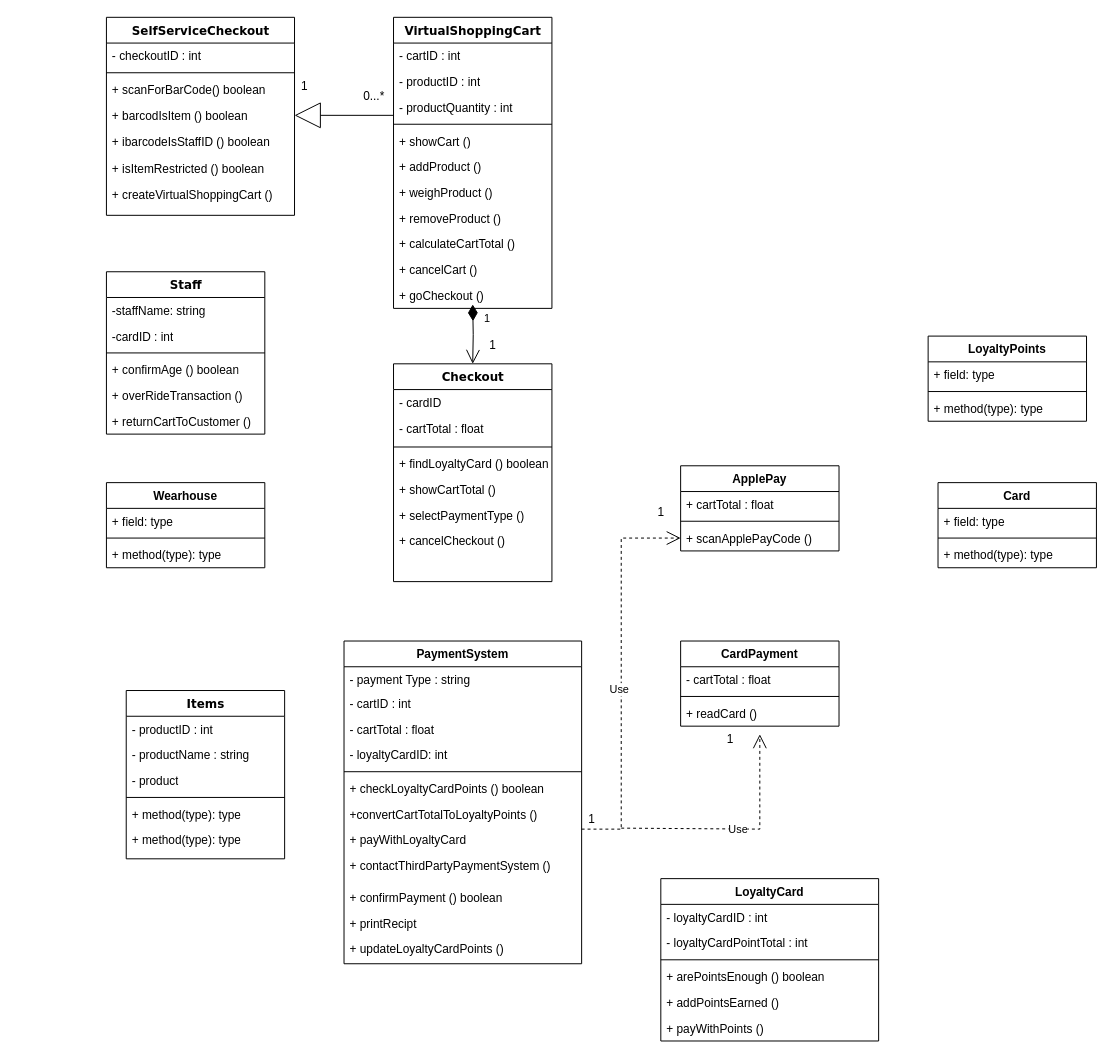
This is SystemDiagram.drawio from Richard-A-llen/Python, a draw.io file, before an edit. Source tidied: cells renumbered, new cells numbered last; positions are measured from the earlier drawing's top-left corner, leaving out a move shared by most shapes. Both pictures are drawn from the tidied source at 99%, with x=0, y=0 at pixel (106, 17).
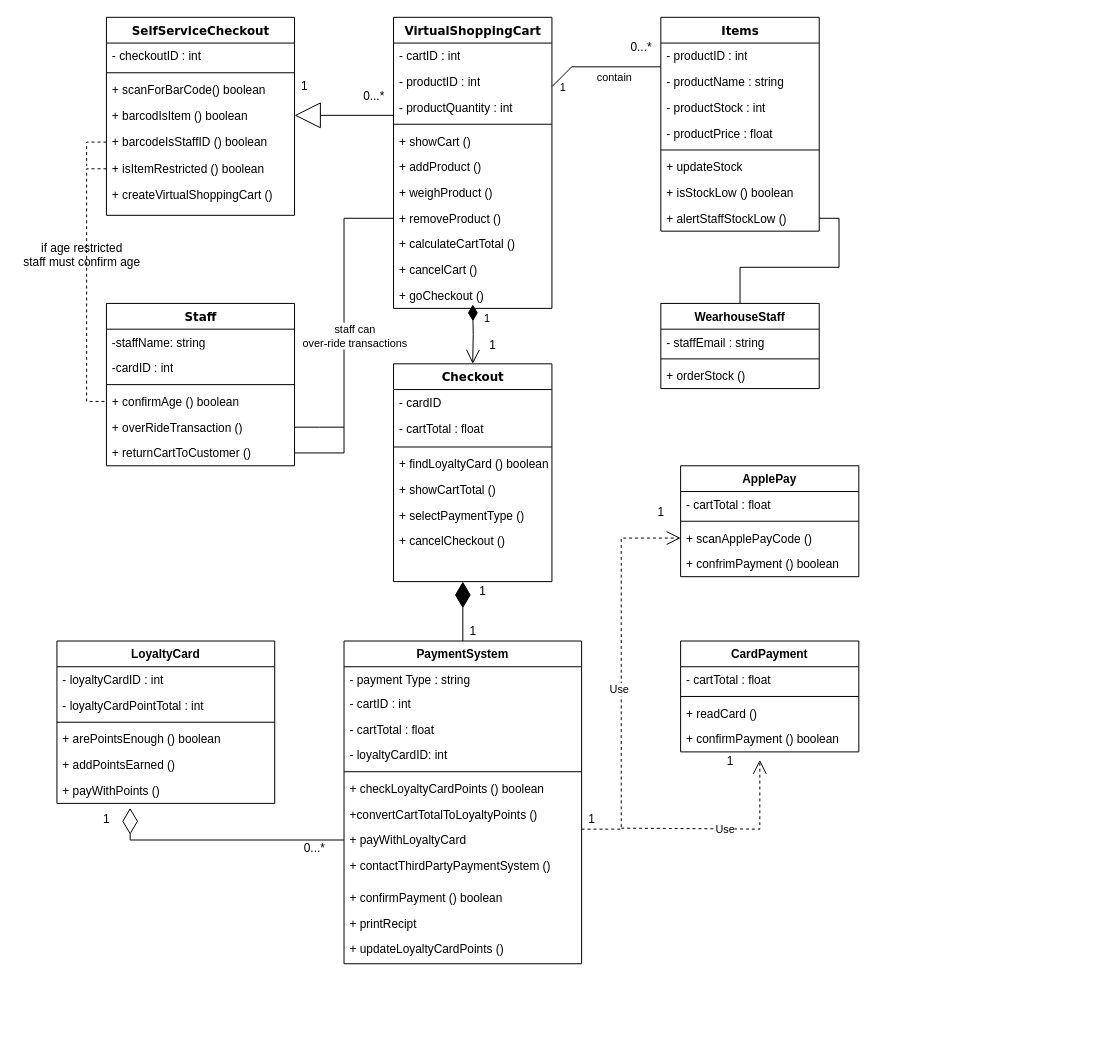
After the change.

The change refers to these unchanged cells:
```xml
<mxCell id="2" value="SelfServiceCheckout" style="swimlane;html=1;fontStyle=1;align=center;verticalAlign=top;horizontal=1;startSize=26;swimlaneFillColor=#ffffff;rounded=0;shadow=0;comic=0;labelBackgroundColor=none;strokeWidth=1;fillColor=none;fontFamily=Verdana;fontSize=12;" parent="1" vertex="1">
  <mxGeometry width="190" height="200" as="geometry" />
</mxCell>
<mxCell id="8" value="+ isItemRestricted () boolean " style="text;strokeColor=none;fillColor=none;align=left;verticalAlign=top;spacingLeft=4;spacingRight=4;overflow=hidden;points=[[0,0.5],[1,0.5]];portConstraint=eastwest;" parent="2" vertex="1">
  <mxGeometry y="140" width="190" height="26" as="geometry" />
</mxCell>
<mxCell id="18" value="+ removeProduct ()&lt;br&gt;" style="text;html=1;strokeColor=none;fillColor=none;align=left;verticalAlign=top;spacingLeft=4;spacingRight=4;whiteSpace=wrap;overflow=hidden;points=[[0,0.5],[1,0.5]];portConstraint=eastwest;" parent="10" vertex="1">
  <mxGeometry y="190" width="160" height="26" as="geometry" />
</mxCell>
<mxCell id="71" value="+ payWithPoints ()" style="text;strokeColor=none;fillColor=none;align=left;verticalAlign=top;spacingLeft=4;spacingRight=4;overflow=hidden;points=[[0,0.5],[1,0.5]];portConstraint=eastwest;" parent="65" vertex="1">
  <mxGeometry y="138" width="220" height="26" as="geometry" />
</mxCell>
<mxCell id="76" value="PaymentSystem" style="swimlane;fontStyle=1;align=center;verticalAlign=top;horizontal=1;startSize=26;" parent="1" vertex="1">
  <mxGeometry x="240" y="630" width="240" height="326" as="geometry" />
</mxCell>
<mxCell id="84" value="+ payWithLoyaltyCard" style="text;strokeColor=none;fillColor=none;align=left;verticalAlign=top;spacingLeft=4;spacingRight=4;overflow=hidden;points=[[0,0.5],[1,0.5]];portConstraint=eastwest;" parent="76" vertex="1">
  <mxGeometry y="188" width="240" height="26" as="geometry" />
</mxCell>
```

The edit, as a diff of the source:
```diff
@@
-    <mxCell id="7" value="+ ibarcodeIsStaffID () boolean" style="text;strokeColor=none;fillColor=none;align=left;verticalAlign=top;spacingLeft=4;spacingRight=4;overflow=hidden;points=[[0,0.5],[1,0.5]];portConstraint=eastwest;" parent="2" vertex="1">
+    <mxCell id="7" value="+ barcodeIsStaffID () boolean" style="text;strokeColor=none;fillColor=none;align=left;verticalAlign=top;spacingLeft=4;spacingRight=4;overflow=hidden;points=[[0,0.5],[1,0.5]];portConstraint=eastwest;" parent="2" vertex="1">
       <mxGeometry y="112" width="190" height="28" as="geometry" />
     </mxCell>
@@
     <mxCell id="22" value="Staff" style="swimlane;html=1;fontStyle=1;align=center;verticalAlign=top;horizontal=1;startSize=26;swimlaneFillColor=#ffffff;rounded=0;shadow=0;comic=0;labelBackgroundColor=none;strokeWidth=1;fillColor=none;fontFamily=Verdana;fontSize=12;" parent="1" vertex="1">
-      <mxGeometry y="257" width="160" height="164" as="geometry" />
+      <mxGeometry y="289" width="190" height="164" as="geometry" />
     </mxCell>
     <mxCell id="23" value="-staffName: string" style="text;html=1;strokeColor=none;fillColor=none;align=left;verticalAlign=top;spacingLeft=4;spacingRight=4;whiteSpace=wrap;overflow=hidden;" parent="22" vertex="1">
-      <mxGeometry y="26" width="160" height="26" as="geometry" />
+      <mxGeometry y="26" width="190" height="26" as="geometry" />
     </mxCell>
     <mxCell id="24" value="-cardID : int" style="text;html=1;strokeColor=none;fillColor=none;align=left;verticalAlign=top;spacingLeft=4;spacingRight=4;whiteSpace=wrap;overflow=hidden;" parent="22" vertex="1">
-      <mxGeometry y="52" width="160" height="26" as="geometry" />
+      <mxGeometry y="52" width="190" height="26" as="geometry" />
     </mxCell>
     <mxCell id="25" style="line;html=1;strokeWidth=1;fillColor=none;align=left;verticalAlign=middle;spacingTop=-1;spacingLeft=3;spacingRight=3;labelPosition=right;" parent="22" vertex="1">
-      <mxGeometry y="78" width="160" height="8" as="geometry" />
+      <mxGeometry y="78" width="190" height="8" as="geometry" />
     </mxCell>
     <mxCell id="26" value="+ confirmAge () boolean" style="text;html=1;strokeColor=none;fillColor=none;align=left;verticalAlign=top;spacingLeft=4;spacingRight=4;whiteSpace=wrap;overflow=hidden;points=[[0,0.5],[1,0.5]];portConstraint=eastwest;" parent="22" vertex="1">
-      <mxGeometry y="86" width="160" height="26" as="geometry" />
+      <mxGeometry y="86" width="190" height="26" as="geometry" />
     </mxCell>
     <mxCell id="27" value="+ overRideTransaction ()" style="text;html=1;strokeColor=none;fillColor=none;align=left;verticalAlign=top;spacingLeft=4;spacingRight=4;whiteSpace=wrap;overflow=hidden;points=[[0,0.5],[1,0.5]];portConstraint=eastwest;" parent="22" vertex="1">
-      <mxGeometry y="112" width="160" height="26" as="geometry" />
+      <mxGeometry y="112" width="190" height="26" as="geometry" />
     </mxCell>
     <mxCell id="28" value="+ returnCartToCustomer ()" style="text;strokeColor=none;fillColor=none;align=left;verticalAlign=top;spacingLeft=4;spacingRight=4;overflow=hidden;points=[[0,0.5],[1,0.5]];portConstraint=eastwest;" parent="22" vertex="1">
-      <mxGeometry y="138" width="160" height="26" as="geometry" />
+      <mxGeometry y="138" width="190" height="26" as="geometry" />
     </mxCell>
     <mxCell id="29" value="Items" style="swimlane;html=1;fontStyle=1;align=center;verticalAlign=top;horizontal=1;startSize=26;swimlaneFillColor=#ffffff;rounded=0;shadow=0;comic=0;labelBackgroundColor=none;strokeWidth=1;fillColor=none;fontFamily=Verdana;fontSize=12;" parent="1" vertex="1">
-      <mxGeometry x="20" y="680" width="160" height="170" as="geometry" />
+      <mxGeometry x="560" width="160" height="216" as="geometry" />
     </mxCell>
@@
-    <mxCell id="32" value="- product" style="text;html=1;strokeColor=none;fillColor=none;align=left;verticalAlign=top;spacingLeft=4;spacingRight=4;whiteSpace=wrap;overflow=hidden;" parent="29" vertex="1">
+    <mxCell id="32" value="- productStock : int" style="text;html=1;strokeColor=none;fillColor=none;align=left;verticalAlign=top;spacingLeft=4;spacingRight=4;whiteSpace=wrap;overflow=hidden;" parent="29" vertex="1">
       <mxGeometry y="78" width="160" height="26" as="geometry" />
     </mxCell>
+    <mxCell id="94" value="- productPrice : float" style="text;strokeColor=none;fillColor=none;align=left;verticalAlign=top;spacingLeft=4;spacingRight=4;overflow=hidden;" parent="29" vertex="1">
+      <mxGeometry y="104" width="160" height="26" as="geometry" />
+    </mxCell>
     <mxCell id="33" style="line;html=1;strokeWidth=1;fillColor=none;align=left;verticalAlign=middle;spacingTop=-1;spacingLeft=3;spacingRight=3;labelPosition=right;" parent="29" vertex="1">
-      <mxGeometry y="104" width="160" height="8" as="geometry" />
+      <mxGeometry y="130" width="160" height="8" as="geometry" />
     </mxCell>
-    <mxCell id="34" value="+ method(type): type" style="text;html=1;strokeColor=none;fillColor=none;align=left;verticalAlign=top;spacingLeft=4;spacingRight=4;whiteSpace=wrap;overflow=hidden;" parent="29" vertex="1">
-      <mxGeometry y="112" width="160" height="26" as="geometry" />
+    <mxCell id="34" value="+ updateStock" style="text;html=1;strokeColor=none;fillColor=none;align=left;verticalAlign=top;spacingLeft=4;spacingRight=4;whiteSpace=wrap;overflow=hidden;" parent="29" vertex="1">
+      <mxGeometry y="138" width="160" height="26" as="geometry" />
     </mxCell>
-    <mxCell id="35" value="+ method(type): type" style="text;html=1;strokeColor=none;fillColor=none;align=left;verticalAlign=top;spacingLeft=4;spacingRight=4;whiteSpace=wrap;overflow=hidden;" parent="29" vertex="1">
-      <mxGeometry y="138" width="160" height="26" as="geometry" />
+    <mxCell id="35" value="+ isStockLow () boolean" style="text;html=1;strokeColor=none;fillColor=none;align=left;verticalAlign=top;spacingLeft=4;spacingRight=4;whiteSpace=wrap;overflow=hidden;" parent="29" vertex="1">
+      <mxGeometry y="164" width="160" height="26" as="geometry" />
     </mxCell>
-    <mxCell id="36" value="Card" style="swimlane;fontStyle=1;align=center;verticalAlign=top;horizontal=1;startSize=26;" parent="1" vertex="1">
-      <mxGeometry x="840" y="470" width="160" height="86" as="geometry" />
-    </mxCell>
-    <mxCell id="37" value="+ field: type" style="text;strokeColor=none;fillColor=none;align=left;verticalAlign=top;spacingLeft=4;spacingRight=4;overflow=hidden;" parent="36" vertex="1">
-      <mxGeometry y="26" width="160" height="26" as="geometry" />
-    </mxCell>
-    <mxCell id="38" style="line;strokeWidth=1;fillColor=none;align=left;verticalAlign=middle;spacingTop=-1;spacingLeft=3;spacingRight=3;labelPosition=right;" parent="36" vertex="1">
-      <mxGeometry y="52" width="160" height="8" as="geometry" />
-    </mxCell>
-    <mxCell id="39" value="+ method(type): type" style="text;strokeColor=none;fillColor=none;align=left;verticalAlign=top;spacingLeft=4;spacingRight=4;overflow=hidden;" parent="36" vertex="1">
-      <mxGeometry y="60" width="160" height="26" as="geometry" />
-    </mxCell>
+    <mxCell id="95" value="+ alertStaffStockLow ()" style="text;strokeColor=none;fillColor=none;align=left;verticalAlign=top;spacingLeft=4;spacingRight=4;overflow=hidden;points=[[0,0.5],[1,0.5]];portConstraint=eastwest;" parent="29" vertex="1">
+      <mxGeometry y="190" width="160" height="26" as="geometry" />
+    </mxCell>
     <mxCell id="40" value="ApplePay" style="swimlane;fontStyle=1;align=center;verticalAlign=top;horizontal=1;startSize=26;" parent="1" vertex="1">
-      <mxGeometry x="580" y="453" width="160" height="86" as="geometry" />
+      <mxGeometry x="580" y="453" width="180" height="112" as="geometry" />
     </mxCell>
-    <mxCell id="41" value="+ cartTotal : float" style="text;strokeColor=none;fillColor=none;align=left;verticalAlign=top;spacingLeft=4;spacingRight=4;overflow=hidden;" parent="40" vertex="1">
-      <mxGeometry y="26" width="160" height="26" as="geometry" />
+    <mxCell id="41" value="- cartTotal : float" style="text;strokeColor=none;fillColor=none;align=left;verticalAlign=top;spacingLeft=4;spacingRight=4;overflow=hidden;" parent="40" vertex="1">
+      <mxGeometry y="26" width="180" height="26" as="geometry" />
     </mxCell>
     <mxCell id="42" style="line;strokeWidth=1;fillColor=none;align=left;verticalAlign=middle;spacingTop=-1;spacingLeft=3;spacingRight=3;labelPosition=right;" parent="40" vertex="1">
-      <mxGeometry y="52" width="160" height="8" as="geometry" />
+      <mxGeometry y="52" width="180" height="8" as="geometry" />
     </mxCell>
     <mxCell id="43" value="+ scanApplePayCode ()" style="text;strokeColor=none;fillColor=none;align=left;verticalAlign=top;spacingLeft=4;spacingRight=4;overflow=hidden;points=[[0,0.5],[1,0.5]];portConstraint=eastwest;" parent="40" vertex="1">
-      <mxGeometry y="60" width="160" height="26" as="geometry" />
+      <mxGeometry y="60" width="180" height="26" as="geometry" />
     </mxCell>
-    <mxCell id="44" value="LoyaltyPoints&#10;" style="swimlane;fontStyle=1;align=center;verticalAlign=top;horizontal=1;startSize=26;" parent="1" vertex="1">
-      <mxGeometry x="830" y="322" width="160" height="86" as="geometry" />
-    </mxCell>
-    <mxCell id="45" value="+ field: type" style="text;strokeColor=none;fillColor=none;align=left;verticalAlign=top;spacingLeft=4;spacingRight=4;overflow=hidden;" parent="44" vertex="1">
-      <mxGeometry y="26" width="160" height="26" as="geometry" />
-    </mxCell>
-    <mxCell id="46" style="line;strokeWidth=1;fillColor=none;align=left;verticalAlign=middle;spacingTop=-1;spacingLeft=3;spacingRight=3;labelPosition=right;" parent="44" vertex="1">
-      <mxGeometry y="52" width="160" height="8" as="geometry" />
-    </mxCell>
-    <mxCell id="47" value="+ method(type): type" style="text;strokeColor=none;fillColor=none;align=left;verticalAlign=top;spacingLeft=4;spacingRight=4;overflow=hidden;" parent="44" vertex="1">
-      <mxGeometry y="60" width="160" height="26" as="geometry" />
-    </mxCell>
+    <mxCell id="96" value="+ confrimPayment () boolean" style="text;strokeColor=none;fillColor=none;align=left;verticalAlign=top;spacingLeft=4;spacingRight=4;overflow=hidden;" parent="40" vertex="1">
+      <mxGeometry y="86" width="180" height="26" as="geometry" />
+    </mxCell>
@@
+    <mxCell id="97" style="edgeStyle=orthogonalEdgeStyle;rounded=0;jettySize=auto;html=1;exitX=0.5;exitY=0;exitDx=0;exitDy=0;labelBorderColor=none;startArrow=none;startFill=0;endArrow=none;endFill=0;targetPerimeterSpacing=0;" parent="1" edge="1" source="56" target="95">
+      <mxGeometry relative="1" as="geometry" />
+    </mxCell>
-    <mxCell id="56" value="Wearhouse" style="swimlane;fontStyle=1;align=center;verticalAlign=top;horizontal=1;startSize=26;" parent="1" vertex="1">
-      <mxGeometry y="470" width="160" height="86" as="geometry" />
+    <mxCell id="56" value="WearhouseStaff" style="swimlane;fontStyle=1;align=center;verticalAlign=top;horizontal=1;startSize=26;" parent="1" vertex="1">
+      <mxGeometry x="560" y="289" width="160" height="86" as="geometry" />
     </mxCell>
-    <mxCell id="57" value="+ field: type" style="text;strokeColor=none;fillColor=none;align=left;verticalAlign=top;spacingLeft=4;spacingRight=4;overflow=hidden;" parent="56" vertex="1">
+    <mxCell id="57" value="- staffEmail : string" style="text;strokeColor=none;fillColor=none;align=left;verticalAlign=top;spacingLeft=4;spacingRight=4;overflow=hidden;" parent="56" vertex="1">
       <mxGeometry y="26" width="160" height="26" as="geometry" />
     </mxCell>
@@
-    <mxCell id="59" value="+ method(type): type" style="text;strokeColor=none;fillColor=none;align=left;verticalAlign=top;spacingLeft=4;spacingRight=4;overflow=hidden;" parent="56" vertex="1">
+    <mxCell id="59" value="+ orderStock ()" style="text;strokeColor=none;fillColor=none;align=left;verticalAlign=top;spacingLeft=4;spacingRight=4;overflow=hidden;" parent="56" vertex="1">
       <mxGeometry y="60" width="160" height="26" as="geometry" />
     </mxCell>
@@
     <mxCell id="65" value="LoyaltyCard" style="swimlane;fontStyle=1;align=center;verticalAlign=top;horizontal=1;startSize=26;" parent="1" vertex="1">
-      <mxGeometry x="560" y="870" width="220" height="164" as="geometry" />
+      <mxGeometry x="-50" y="630" width="220" height="164" as="geometry" />
     </mxCell>
@@
     <mxCell id="72" value="CardPayment" style="swimlane;fontStyle=1;align=center;verticalAlign=top;horizontal=1;startSize=26;" parent="1" vertex="1">
-      <mxGeometry x="580" y="630" width="160" height="86" as="geometry" />
+      <mxGeometry x="580" y="630" width="180" height="112" as="geometry" />
     </mxCell>
     <mxCell id="73" value="- cartTotal : float" style="text;strokeColor=none;fillColor=none;align=left;verticalAlign=top;spacingLeft=4;spacingRight=4;overflow=hidden;" parent="72" vertex="1">
-      <mxGeometry y="26" width="160" height="26" as="geometry" />
+      <mxGeometry y="26" width="180" height="26" as="geometry" />
     </mxCell>
     <mxCell id="74" style="line;strokeWidth=1;fillColor=none;align=left;verticalAlign=middle;spacingTop=-1;spacingLeft=3;spacingRight=3;labelPosition=right;" parent="72" vertex="1">
-      <mxGeometry y="52" width="160" height="8" as="geometry" />
+      <mxGeometry y="52" width="180" height="8" as="geometry" />
     </mxCell>
     <mxCell id="75" value="+ readCard ()" style="text;strokeColor=none;fillColor=none;align=left;verticalAlign=top;spacingLeft=4;spacingRight=4;overflow=hidden;points=[[0,0.5],[1,0.5]];portConstraint=eastwest;" parent="72" vertex="1">
-      <mxGeometry y="60" width="160" height="26" as="geometry" />
+      <mxGeometry y="60" width="180" height="26" as="geometry" />
     </mxCell>
+    <mxCell id="98" value="+ confirmPayment () boolean" style="text;strokeColor=none;fillColor=none;align=left;verticalAlign=top;spacingLeft=4;spacingRight=4;overflow=hidden;" parent="72" vertex="1">
+      <mxGeometry y="86" width="180" height="26" as="geometry" />
+    </mxCell>
@@
-    <mxCell id="90" value="Use" style="endArrow=open;endSize=12;dashed=1;html=1;rounded=0;targetPerimeterSpacing=0;entryX=0.5;entryY=1.315;entryDx=0;entryDy=0;entryPerimeter=0;" parent="1" edge="1" target="75">
+    <mxCell id="90" value="Use" style="endArrow=open;endSize=12;dashed=1;html=1;rounded=0;targetPerimeterSpacing=0;" parent="1" edge="1">
       <mxGeometry relative="1" as="geometry">
         <mxPoint x="520" y="819" as="sourcePoint" />
+        <mxPoint x="660" y="750" as="targetPoint" />
         <Array as="points">
           <mxPoint x="660" y="820" />
         </Array>
       </mxGeometry>
     </mxCell>
@@
     <mxCell id="92" value="1" style="text;html=1;align=center;verticalAlign=middle;strokeColor=none;fillColor=none;" parent="1" vertex="1">
-      <mxGeometry x="620" y="720" width="20" height="20" as="geometry" />
+      <mxGeometry x="620" y="742" width="20" height="20" as="geometry" />
     </mxCell>
@@
+    <mxCell id="99" style="endArrow=none;html=1;rounded=0;targetPerimeterSpacing=0;" parent="1" edge="1">
+      <mxGeometry relative="1" as="geometry">
+        <mxPoint x="450" y="70" as="sourcePoint" />
+        <mxPoint x="560" y="50" as="targetPoint" />
+        <Array as="points">
+          <mxPoint x="470" y="50" />
+        </Array>
+      </mxGeometry>
+    </mxCell>
+    <mxCell id="100" value="contain" style="edgeLabel;html=1;align=center;verticalAlign=middle;" parent="99" vertex="1">
+      <mxGeometry x="-0.13" y="1" relative="1" as="geometry">
+        <mxPoint x="20" y="11" as="offset" />
+      </mxGeometry>
+    </mxCell>
+    <mxCell id="101" value="1" style="edgeLabel;html=1;align=center;verticalAlign=middle;" parent="99" vertex="1">
+      <mxGeometry x="-0.89" y="-8" relative="1" as="geometry" />
+    </mxCell>
+    <mxCell id="102" style="edgeStyle=orthogonalEdgeStyle;rounded=0;jettySize=auto;html=1;exitX=0;exitY=0.5;exitDx=0;exitDy=0;startArrow=none;startFill=0;endArrow=none;endFill=0;targetPerimeterSpacing=0;entryX=0;entryY=0.5;entryDx=0;entryDy=0;dashed=1;labelBorderColor=none;verticalAlign=bottom;" parent="1" edge="1" source="8" target="26">
+      <mxGeometry relative="1" as="geometry">
+        <Array as="points">
+          <mxPoint x="-20" y="153" />
+          <mxPoint x="-20" y="388" />
+        </Array>
+      </mxGeometry>
+    </mxCell>
+    <mxCell id="103" value="0...*" style="text;html=1;align=center;verticalAlign=middle;strokeColor=none;fillColor=none;" parent="1" vertex="1">
+      <mxGeometry x="520" y="21" width="40" height="20" as="geometry" />
+    </mxCell>
+    <mxCell id="104" style="edgeStyle=orthogonalEdgeStyle;rounded=0;jettySize=auto;html=1;exitX=0;exitY=0.5;exitDx=0;exitDy=0;dashed=1;startArrow=none;startFill=0;endArrow=none;endFill=0;targetPerimeterSpacing=0;" parent="1" edge="1" source="7">
+      <mxGeometry relative="1" as="geometry">
+        <mxPoint x="-20" y="150" as="targetPoint" />
+      </mxGeometry>
+    </mxCell>
+    <mxCell id="105" style="edgeStyle=orthogonalEdgeStyle;rounded=0;jettySize=auto;html=1;exitX=1;exitY=0.5;exitDx=0;exitDy=0;startArrow=none;startFill=0;endArrow=none;endFill=0;targetPerimeterSpacing=0;entryX=0;entryY=0.5;entryDx=0;entryDy=0;" parent="1" edge="1" source="28" target="18">
+      <mxGeometry relative="1" as="geometry" />
+    </mxCell>
+    <mxCell id="106" value="staff can &lt;br&gt;over-ride transactions" style="edgeLabel;html=1;align=center;verticalAlign=middle;" parent="105" vertex="1">
+      <mxGeometry x="-0.1" y="2" relative="1" as="geometry">
+        <mxPoint x="12" y="-17" as="offset" />
+      </mxGeometry>
+    </mxCell>
+    <mxCell id="107" style="edgeStyle=orthogonalEdgeStyle;rounded=0;jettySize=auto;html=1;exitX=1;exitY=0.5;exitDx=0;exitDy=0;startArrow=none;startFill=0;endArrow=none;endFill=0;targetPerimeterSpacing=0;" parent="1" edge="1" source="27">
+      <mxGeometry relative="1" as="geometry">
+        <mxPoint x="240" y="414" as="targetPoint" />
+      </mxGeometry>
+    </mxCell>
+    <mxCell id="108" value="if age restricted&lt;br&gt;staff must confirm age" style="text;html=1;align=center;verticalAlign=top;strokeColor=none;fillColor=none;" parent="1" vertex="1">
+      <mxGeometry x="-90" y="220" width="130" height="30" as="geometry" />
+    </mxCell>
+    <mxCell id="109" style="endArrow=diamondThin;endFill=0;endSize=24;html=1;rounded=0;labelBorderColor=none;targetPerimeterSpacing=0;exitX=0;exitY=0.5;exitDx=0;exitDy=0;entryX=0.336;entryY=1.177;entryDx=0;entryDy=0;entryPerimeter=0;" parent="1" edge="1" source="84" target="71">
+      <mxGeometry relative="1" as="geometry">
+        <Array as="points">
+          <mxPoint x="24" y="831" />
+        </Array>
+      </mxGeometry>
+    </mxCell>
+    <mxCell id="110" value="0...*" style="text;html=1;align=center;verticalAlign=middle;strokeColor=none;fillColor=none;" parent="1" vertex="1">
+      <mxGeometry x="190" y="830" width="40" height="20" as="geometry" />
+    </mxCell>
+    <mxCell id="111" value="1" style="text;html=1;align=center;verticalAlign=middle;strokeColor=none;fillColor=none;" parent="1" vertex="1">
+      <mxGeometry x="-10" y="800" width="20" height="20" as="geometry" />
+    </mxCell>
+    <mxCell id="112" style="endArrow=diamondThin;endFill=1;endSize=24;html=1;rounded=0;labelBorderColor=none;targetPerimeterSpacing=0;exitX=0.5;exitY=0;exitDx=0;exitDy=0;" parent="1" edge="1" source="76">
+      <mxGeometry relative="1" as="geometry">
+        <mxPoint x="360" y="570" as="targetPoint" />
+      </mxGeometry>
+    </mxCell>
+    <mxCell id="113" value="1" style="text;html=1;align=center;verticalAlign=middle;strokeColor=none;fillColor=none;" parent="1" vertex="1">
+      <mxGeometry x="370" y="570" width="20" height="20" as="geometry" />
+    </mxCell>
+    <mxCell id="114" value="1" style="text;html=1;align=center;verticalAlign=middle;strokeColor=none;fillColor=none;" parent="1" vertex="1">
+      <mxGeometry x="360" y="610" width="20" height="20" as="geometry" />
+    </mxCell>
```
